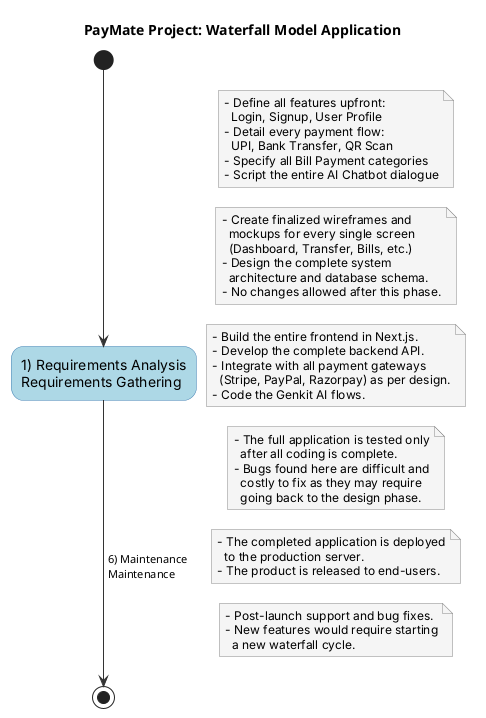
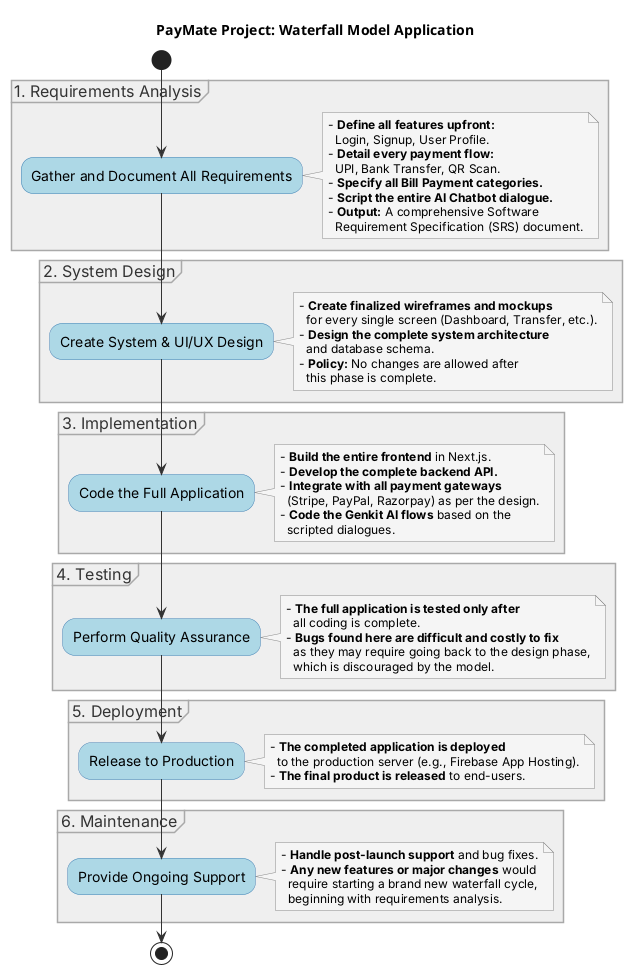
@startuml
title PayMate Project: Waterfall Model Application

skinparam activity {
    BackgroundColor #ADD8E6
    BorderColor #4682B4
    ArrowColor #333
    FontName Inter
    FontSize 14
}
skinparam note {
    BackgroundColor #F5F5F5
    BorderColor #888
    FontName Inter
    FontSize 12
}
+ skinparam partition {
+     BackgroundColor #EFEFEF
+     BorderColor #A9A9A9
+     FontName Inter
+     FontSize 16
+     FontColor #333
+ }

start

- :1) Requirements Analysis\nRequirements Gathering;
- note right
-     - Define all features upfront:
-       Login, Signup, User Profile
-     - Detail every payment flow:
-       UPI, Bank Transfer, QR Scan
-     - Specify all Bill Payment categories
-     - Script the entire AI Chatbot dialogue
- end note
+ partition "1. Requirements Analysis" {
+     :Gather and Document All Requirements;
+     note right
+         - **Define all features upfront:**
+           Login, Signup, User Profile.
+         - **Detail every payment flow:**
+           UPI, Bank Transfer, QR Scan.
+         - **Specify all Bill Payment categories.**
+         - **Script the entire AI Chatbot dialogue.**
+         - **Output:** A comprehensive Software
+           Requirement Specification (SRS) document.
+     end note
+ }

- -> 2) System Design\nSystem & UI Design;
- note right
-     - Create finalized wireframes and
-       mockups for every single screen
-       (Dashboard, Transfer, Bills, etc.)
-     - Design the complete system
-       architecture and database schema.
-     - No changes allowed after this phase.
- end note
+ ->

- -> 3) Implementation\nImplementation (Coding);
- note right
-     - Build the entire frontend in Next.js.
-     - Develop the complete backend API.
-     - Integrate with all payment gateways
-       (Stripe, PayPal, Razorpay) as per design.
-     - Code the Genkit AI flows.
- end note
+ partition "2. System Design" {
+     :Create System & UI/UX Design;
+     note right
+         - **Create finalized wireframes and mockups**
+           for every single screen (Dashboard, Transfer, etc.).
+         - **Design the complete system architecture**
+           and database schema.
+         - **Policy:** No changes are allowed after
+           this phase is complete.
+     end note
+ }

- -> 4) Testing\nTesting & QA;
- note right
-     - The full application is tested only
-       after all coding is complete.
-     - Bugs found here are difficult and
-       costly to fix as they may require
-       going back to the design phase.
- end note
+ ->

- -> 5) Deployment\nDeployment & Release;
- note right
-     - The completed application is deployed
-       to the production server.
-     - The product is released to end-users.
- end note
+ partition "3. Implementation" {
+     :Code the Full Application;
+     note right
+         - **Build the entire frontend** in Next.js.
+         - **Develop the complete backend API.**
+         - **Integrate with all payment gateways**
+           (Stripe, PayPal, Razorpay) as per the design.
+         - **Code the Genkit AI flows** based on the
+           scripted dialogues.
+     end note
+ }

- -> 6) Maintenance\nMaintenance;
- note right
-     - Post-launch support and bug fixes.
-     - New features would require starting
-       a new waterfall cycle.
- end note
+ ->
+ 
+ partition "4. Testing" {
+     :Perform Quality Assurance;
+     note right
+         - **The full application is tested only after**
+           all coding is complete.
+         - **Bugs found here are difficult and costly to fix**
+           as they may require going back to the design phase,
+           which is discouraged by the model.
+     end note
+ }
+ 
+ ->
+ 
+ partition "5. Deployment" {
+     :Release to Production;
+     note right
+         - **The completed application is deployed**
+           to the production server (e.g., Firebase App Hosting).
+         - **The final product is released** to end-users.
+     end note
+ }
+ 
+ ->
+ 
+ partition "6. Maintenance" {
+     :Provide Ongoing Support;
+     note right
+         - **Handle post-launch support** and bug fixes.
+         - **Any new features or major changes** would
+           require starting a brand new waterfall cycle,
+           beginning with requirements analysis.
+     end note
+ }

stop
@enduml
